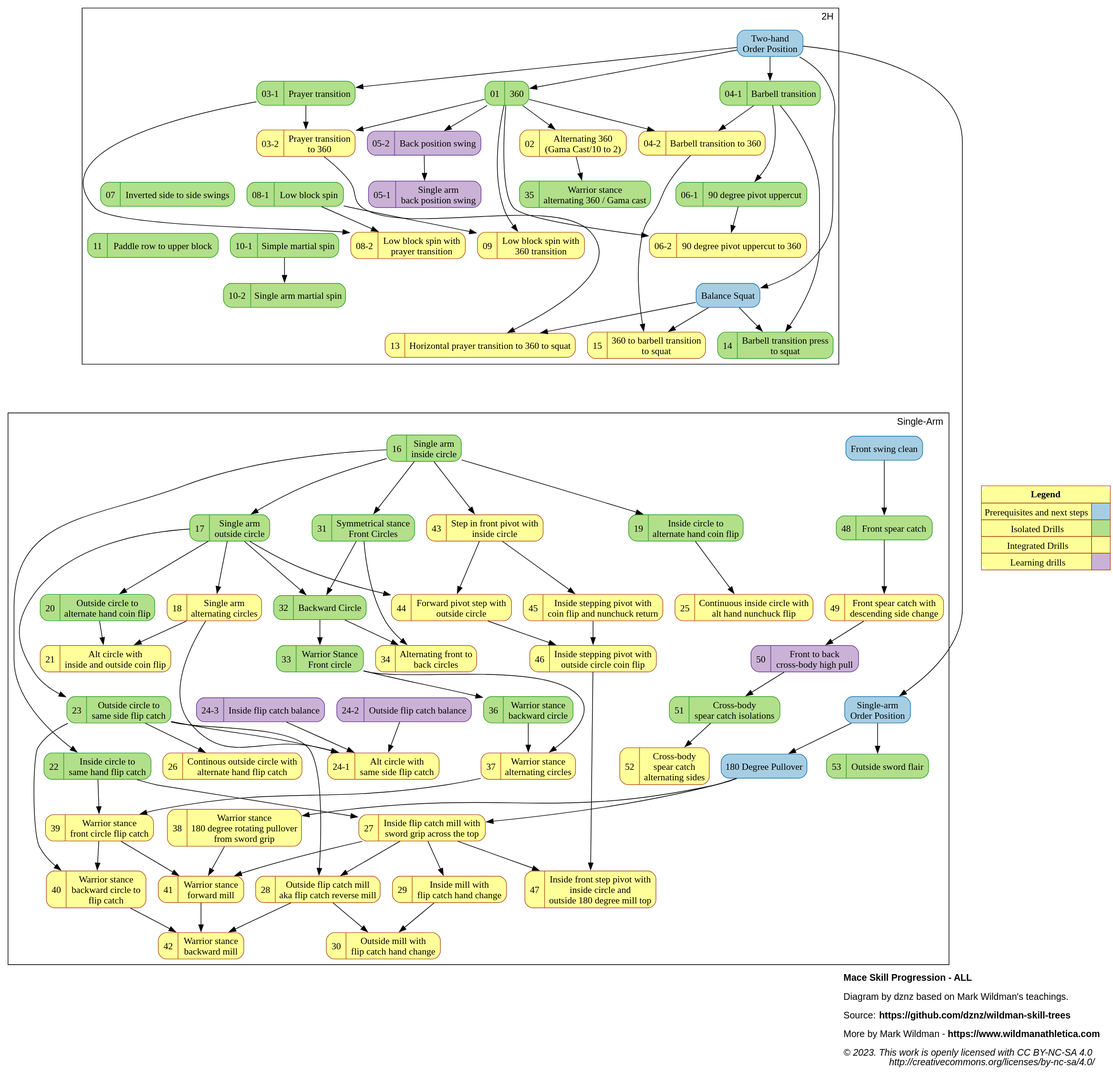
Before: dist/mace_progression_ALL.svg, a diagram exported from PlantUML (dznz/wildman-skill-trees). Its source is kept beside it as src/mace/mace_progression_ALL.puml.
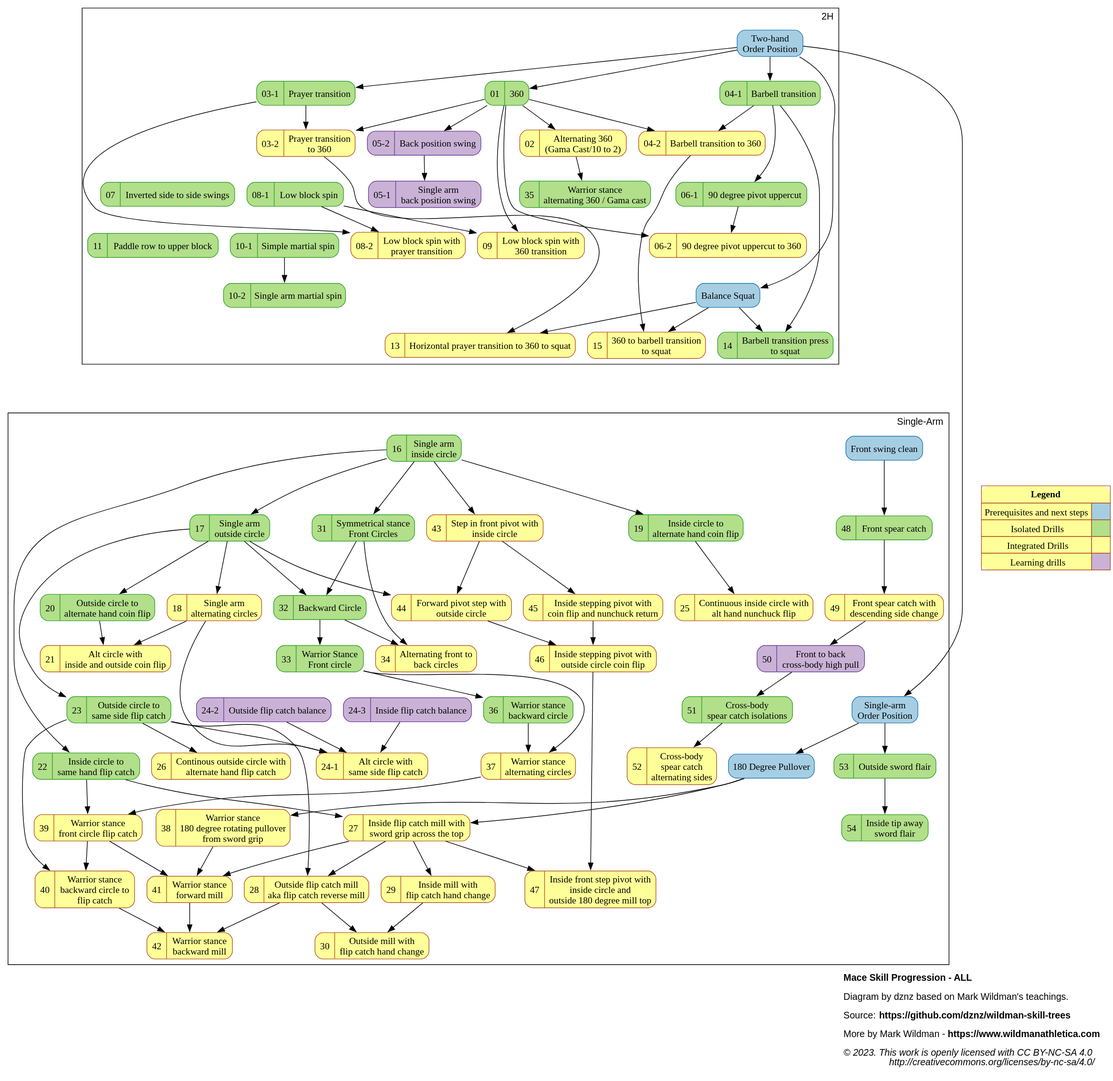
Later version of the same file.

Commit message:
feat(mace_progression): add M-54

Change to the diagram source:
```diff
@@ -40,7 +40,7 @@
   subgraph isolated {
     node [color=4, fillcolor=3]
     mov_01_360, mov_031_prayer, mov_041_barbell, mov_061_uppercut, mov_07_invs2sswing, mov_081_lowblockspin, mov_101_martialspin, mov_102_samartialspin, mov_14_barpress2sq,mov_35_waralt360
-    mov_051_sabackswing, mov_052_backswing, mov_11_paddlerow2upblock, mov_16_saincircle, mov_17_saoutcircle, mov_19_incircle2altcoin, mov_20_outcircle2altcoin, mov_22_incircle2sameflip, mov_23_outcircle2sameflip, mov_242_outflip, mov_243_inflip, mov_31_frcircle, mov_32_bkcircle, mov_33_warfrcircle, mov_36_warbkcircle, mov_48_frspear, mov_51_xbodspear, mov_53_outswordflair
+    mov_051_sabackswing, mov_052_backswing, mov_11_paddlerow2upblock, mov_16_saincircle, mov_17_saoutcircle, mov_19_incircle2altcoin, mov_20_outcircle2altcoin, mov_22_incircle2sameflip, mov_23_outcircle2sameflip, mov_242_outflip, mov_243_inflip, mov_31_frcircle, mov_32_bkcircle, mov_33_warfrcircle, mov_36_warbkcircle, mov_48_frspear, mov_51_xbodspear, mov_53_outswordflair, mov_54_inswordflair
   }
 
 mov_01_360                    [label="{{01  |360}}"                                  URL="https://www.youtube.com/watch?v=TyZ8iYv6Ip0" ]
@@ -109,6 +109,7 @@
 mov_52_altxbodspear            [label="{{52  |Cross-body\nspear catch\nalternating sides}}"                                   URL="https://www.youtube.com/watch?v=-Z8YfWYfepQ" ];
 mov_53_outswordflair           [label="{{53  |Outside sword flair}}"                                                          URL="https://www.youtube.com/watch?v=HxItsGvz-e4" ];
 
+mov_54_inswordflair            [label="{{54  |Inside tip away\nsword flair}}" URL="https://www.youtube.com/watch?v=8I7KaLuNaEs" ];
 
 
 // Ungrouped arrows
@@ -117,7 +118,7 @@
     label="Single-Arm"
 
     // Precursor
-    ext_saorder -> mov_53_outswordflair
+    ext_saorder -> mov_53_outswordflair -> mov_54_inswordflair
     ext_180pull -> mov_27_inflip180pull
 
     // Core standing movements
```
